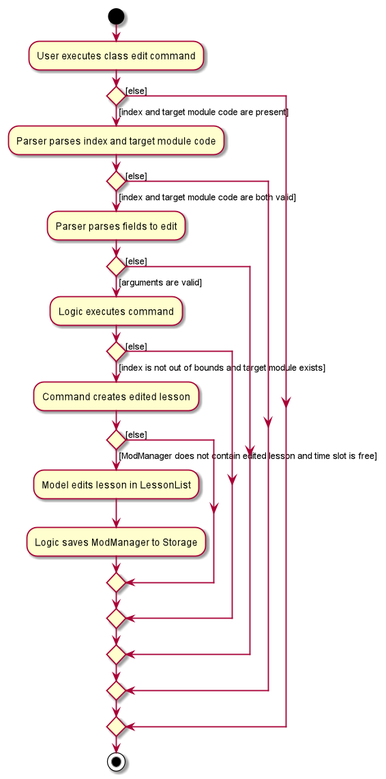
Above: docs/images/LessonEditActivityDiagram.png in zixinn/main (PlantUML), before the change.
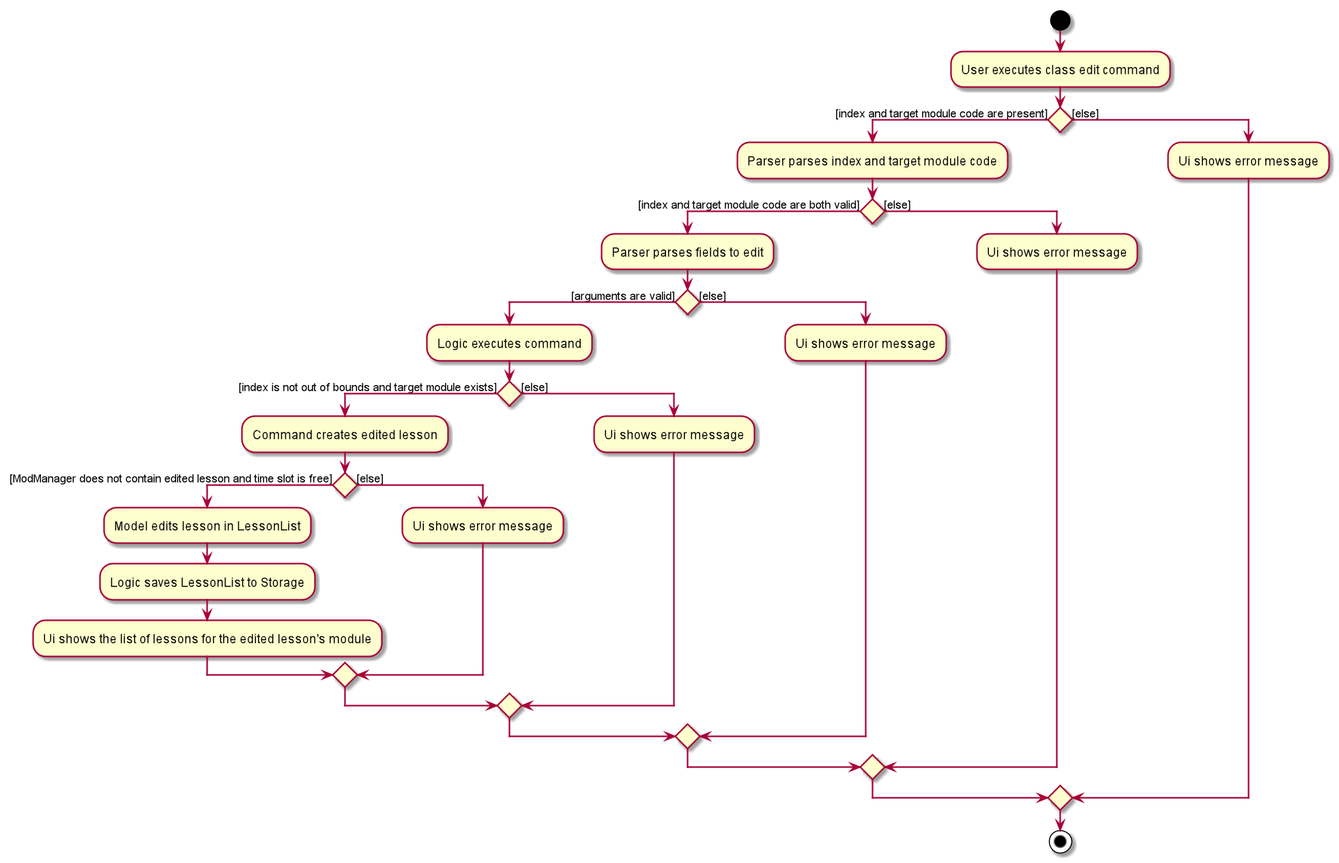
Above is the later version.

What changed in the source:
```diff
@@ -11,16 +11,22 @@
                 :Command creates edited lesson;
                 if () then ([ModManager does not contain edited lesson and time slot is free])
                     :Model edits lesson in LessonList;
-                    :Logic saves ModManager to Storage;
+                    :Logic saves LessonList to Storage;
+                    :Ui shows the list of lessons for the edited lesson's module;
                 else ([else])
+                    :Ui shows error message;
                 endif
             else ([else])
+                :Ui shows error message;
             endif
         else ([else])
+            :Ui shows error message;
         endif
     else ([else])
+        :Ui shows error message;
     endif
 else([else])
+    :Ui shows error message;
 endif
 stop
 @enduml
```
